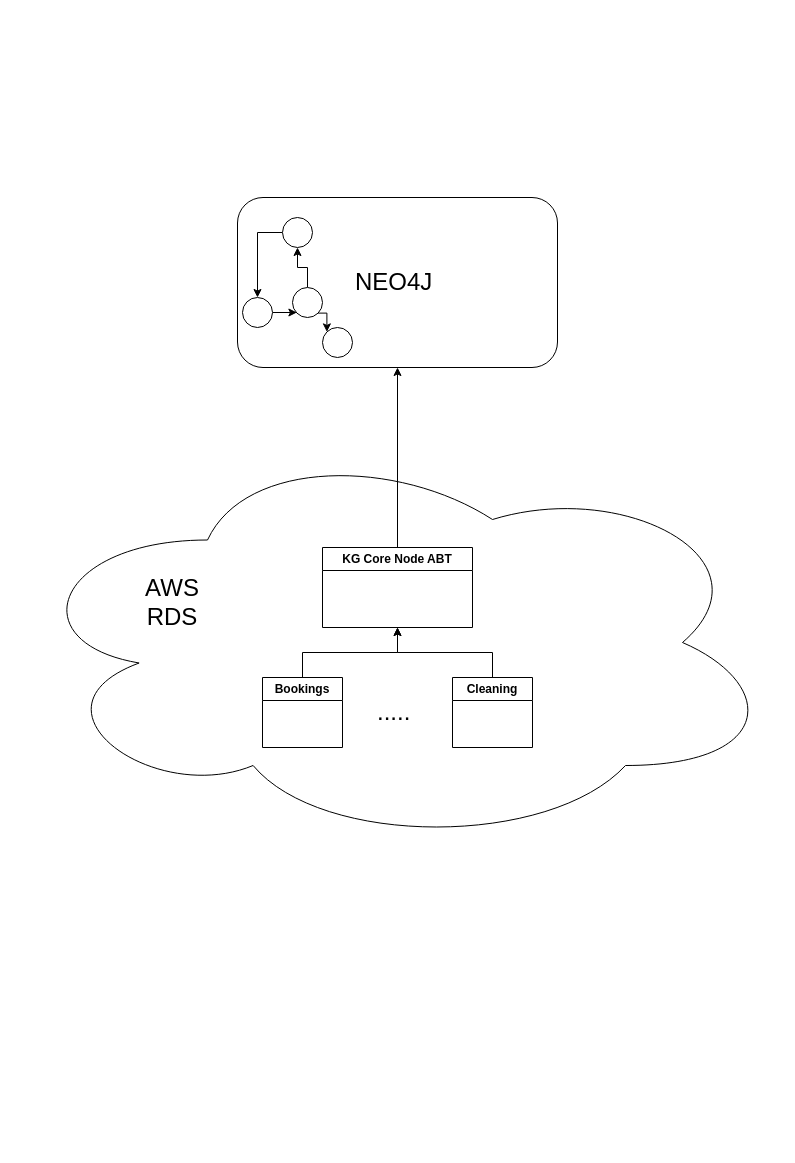
Above: page "Page-2" (2 of 2) of ER_Booking.drawio in dominik-pichler/Review_me_if_you_can (draw.io), before the change. Source tidied: cells renumbered, new cells numbered last; positions are measured from the earlier drawing's top-left corner, leaving out a move shared by most shapes. Both pictures are drawn from the tidied source at 100%, with x=0, y=0 at pixel (17, 197).
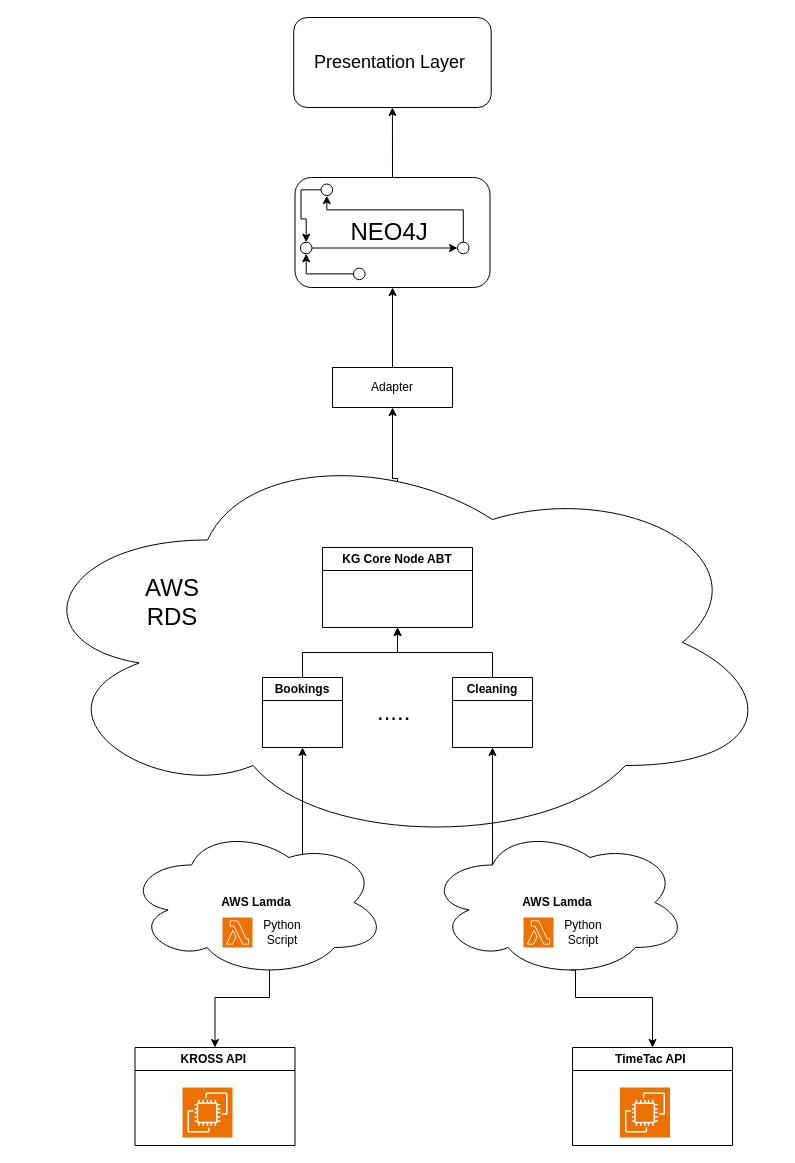
The same page after the edit.

The change refers to these unchanged cells:
```xml
<mxCell id="4" value="KG Core Node ABT" style="swimlane;whiteSpace=wrap;html=1;" parent="1" vertex="1">
  <mxGeometry x="305" y="350" width="150" height="80" as="geometry" />
</mxCell>
<mxCell id="6" value="Bookings" style="swimlane;whiteSpace=wrap;html=1;" parent="1" vertex="1">
  <mxGeometry x="245" y="480" width="80" height="70" as="geometry" />
</mxCell>
```

What changed in the source:
```diff
@@
+    <mxCell id="20" style="edgeStyle=orthogonalEdgeStyle;rounded=0;jettySize=auto;html=1;exitX=0.5;exitY=0;exitDx=0;exitDy=0;entryX=0.5;entryY=1;entryDx=0;entryDy=0;" parent="1" edge="1" source="4" target="22">
+      <mxGeometry relative="1" as="geometry">
+        <Array as="points">
+          <mxPoint x="380" y="281" />
+          <mxPoint x="375" y="281" />
+        </Array>
+      </mxGeometry>
+    </mxCell>
@@
-    <mxCell id="3" style="edgeStyle=orthogonalEdgeStyle;rounded=0;jettySize=auto;html=1;exitX=0.5;exitY=0;exitDx=0;exitDy=0;entryX=0.5;entryY=1;entryDx=0;entryDy=0;" parent="1" edge="1" source="4" target="11">
-      <mxGeometry relative="1" as="geometry" />
-    </mxCell>
@@
+    <mxCell id="21" style="edgeStyle=orthogonalEdgeStyle;rounded=0;jettySize=auto;html=1;exitX=0.5;exitY=0;exitDx=0;exitDy=0;entryX=0.5;entryY=1;entryDx=0;entryDy=0;" parent="1" edge="1" source="22" target="11">
+      <mxGeometry relative="1" as="geometry" />
+    </mxCell>
+    <mxCell id="22" value="Adapter" style="rounded=0;whiteSpace=wrap;html=1;" parent="1" vertex="1">
+      <mxGeometry x="315" y="170" width="120" height="40" as="geometry" />
+    </mxCell>
+    <mxCell id="23" style="group;" parent="1" vertex="1">
+      <mxGeometry x="277.5" y="-20" width="195" height="110" as="geometry" />
+    </mxCell>
-    <mxCell id="11" value="&lt;font style=&quot;font-size: 24px;&quot;&gt;NEO4J&amp;nbsp;&lt;/font&gt;" style="rounded=1;whiteSpace=wrap;html=1;" parent="1" vertex="1">
-      <mxGeometry x="220" width="320" height="170" as="geometry" />
+    <mxCell id="11" value="&lt;font style=&quot;font-size: 24px;&quot;&gt;NEO4J&amp;nbsp;&lt;/font&gt;" style="rounded=1;whiteSpace=wrap;html=1;" parent="23" vertex="1">
+      <mxGeometry width="195" height="110" as="geometry" />
     </mxCell>
-    <mxCell id="12" style="edgeStyle=orthogonalEdgeStyle;rounded=0;jettySize=auto;html=1;exitX=1;exitY=0.5;exitDx=0;exitDy=0;entryX=0;entryY=1;entryDx=0;entryDy=0;" parent="1" edge="1" source="13" target="16">
+    <mxCell id="12" style="edgeStyle=orthogonalEdgeStyle;rounded=0;jettySize=auto;html=1;exitX=1;exitY=0.5;exitDx=0;exitDy=0;entryX=0;entryY=0.5;entryDx=0;entryDy=0;" parent="23" edge="1" source="13" target="16">
       <mxGeometry relative="1" as="geometry" />
     </mxCell>
-    <mxCell id="13" style="ellipse;whiteSpace=wrap;html=1;" parent="1" vertex="1">
-      <mxGeometry x="225" y="100" width="30" height="30" as="geometry" />
+    <mxCell id="13" style="ellipse;whiteSpace=wrap;html=1;" parent="23" vertex="1">
+      <mxGeometry x="5.4" y="64.7" width="11.6" height="11.6" as="geometry" />
     </mxCell>
-    <mxCell id="14" style="edgeStyle=orthogonalEdgeStyle;rounded=0;jettySize=auto;html=1;exitX=0.5;exitY=0;exitDx=0;exitDy=0;entryX=0.5;entryY=1;entryDx=0;entryDy=0;" parent="1" edge="1" source="16" target="19">
-      <mxGeometry relative="1" as="geometry" />
+    <mxCell id="14" style="edgeStyle=orthogonalEdgeStyle;rounded=0;jettySize=auto;html=1;exitX=0.5;exitY=0;exitDx=0;exitDy=0;entryX=0.5;entryY=1;entryDx=0;entryDy=0;" parent="23" edge="1" source="16" target="19">
+      <mxGeometry relative="1" as="geometry">
+        <Array as="points">
+          <mxPoint x="168.5" y="32.4" />
+          <mxPoint x="32" y="32.4" />
+        </Array>
+      </mxGeometry>
     </mxCell>
-    <mxCell id="15" style="edgeStyle=orthogonalEdgeStyle;rounded=0;jettySize=auto;html=1;exitX=1;exitY=1;exitDx=0;exitDy=0;entryX=0;entryY=0;entryDx=0;entryDy=0;" parent="1" edge="1" source="16" target="17">
-      <mxGeometry relative="1" as="geometry" />
-    </mxCell>
-    <mxCell id="16" style="ellipse;whiteSpace=wrap;html=1;" parent="1" vertex="1">
-      <mxGeometry x="275" y="90" width="30" height="30" as="geometry" />
+    <mxCell id="16" style="ellipse;whiteSpace=wrap;html=1;" parent="23" vertex="1">
+      <mxGeometry x="162.5" y="64.7" width="11.6" height="11.6" as="geometry" />
     </mxCell>
+    <mxCell id="24" style="edgeStyle=orthogonalEdgeStyle;rounded=0;jettySize=auto;html=1;exitX=0;exitY=0.5;exitDx=0;exitDy=0;entryX=0.5;entryY=1;entryDx=0;entryDy=0;" parent="23" edge="1" source="17" target="13">
+      <mxGeometry relative="1" as="geometry" />
+    </mxCell>
-    <mxCell id="17" style="ellipse;whiteSpace=wrap;html=1;" parent="1" vertex="1">
-      <mxGeometry x="305" y="130" width="30" height="30" as="geometry" />
+    <mxCell id="17" style="ellipse;whiteSpace=wrap;html=1;" parent="23" vertex="1">
+      <mxGeometry x="58.5" y="90.6" width="11.6" height="11.6" as="geometry" />
     </mxCell>
-    <mxCell id="18" style="edgeStyle=orthogonalEdgeStyle;rounded=0;jettySize=auto;html=1;exitX=0;exitY=0.5;exitDx=0;exitDy=0;entryX=0.5;entryY=0;entryDx=0;entryDy=0;" parent="1" edge="1" source="19" target="13">
+    <mxCell id="18" style="edgeStyle=orthogonalEdgeStyle;rounded=0;jettySize=auto;html=1;exitX=0;exitY=0.5;exitDx=0;exitDy=0;entryX=0.5;entryY=0;entryDx=0;entryDy=0;" parent="23" edge="1" source="19" target="13">
       <mxGeometry relative="1" as="geometry" />
     </mxCell>
-    <mxCell id="19" style="ellipse;whiteSpace=wrap;html=1;" parent="1" vertex="1">
-      <mxGeometry x="265" y="20" width="30" height="30" as="geometry" />
+    <mxCell id="19" style="ellipse;whiteSpace=wrap;html=1;" parent="23" vertex="1">
+      <mxGeometry x="26" y="6.5" width="11.6" height="11.6" as="geometry" />
     </mxCell>
+    <mxCell id="25" value="&lt;font style=&quot;font-size: 18px;&quot;&gt;Presentation Layer&amp;nbsp;&lt;/font&gt;" style="rounded=1;whiteSpace=wrap;html=1;" parent="1" vertex="1">
+      <mxGeometry x="276.2" y="-180" width="197.5" height="90" as="geometry" />
+    </mxCell>
+    <mxCell id="26" style="edgeStyle=orthogonalEdgeStyle;rounded=0;jettySize=auto;html=1;exitX=0.5;exitY=0;exitDx=0;exitDy=0;entryX=0.5;entryY=1;entryDx=0;entryDy=0;" parent="1" edge="1" source="11" target="25">
+      <mxGeometry relative="1" as="geometry" />
+    </mxCell>
+    <mxCell id="27" style="edgeStyle=orthogonalEdgeStyle;rounded=0;jettySize=auto;html=1;exitX=0.55;exitY=0.95;exitDx=0;exitDy=0;exitPerimeter=0;entryX=0.5;entryY=0;entryDx=0;entryDy=0;" parent="1" edge="1" source="32" target="29">
+      <mxGeometry relative="1" as="geometry">
+        <Array as="points">
+          <mxPoint x="252" y="800" />
+          <mxPoint x="197" y="800" />
+        </Array>
+      </mxGeometry>
+    </mxCell>
+    <mxCell id="28" style="edgeStyle=orthogonalEdgeStyle;rounded=0;jettySize=auto;html=1;exitX=0.4;exitY=0.1;exitDx=0;exitDy=0;exitPerimeter=0;entryX=0.5;entryY=1;entryDx=0;entryDy=0;" parent="1" edge="1" source="32" target="6">
+      <mxGeometry relative="1" as="geometry">
+        <Array as="points">
+          <mxPoint x="285" y="745" />
+        </Array>
+      </mxGeometry>
+    </mxCell>
+    <mxCell id="29" value="KROSS API&amp;nbsp;" style="swimlane;whiteSpace=wrap;html=1;" parent="1" vertex="1">
+      <mxGeometry x="117.5" y="850" width="160" height="98" as="geometry" />
+    </mxCell>
+    <mxCell id="30" style="sketch=0;fontColor=#232F3E;fillColor=#ED7100;strokeColor=#ffffff;dashed=0;verticalLabelPosition=bottom;verticalAlign=top;align=center;html=1;fontSize=12;fontStyle=0;shape=mxgraph.aws4.resourceIcon;resIcon=mxgraph.aws4.ec2;" parent="29" vertex="1">
+      <mxGeometry x="47.5" y="40" width="50" height="50" as="geometry" />
+    </mxCell>
+    <mxCell id="31" style="group;" parent="1" vertex="1">
+      <mxGeometry x="109" y="630" width="260" height="150" as="geometry" />
+    </mxCell>
+    <mxCell id="32" value="&lt;b&gt;AWS Lamda&lt;/b&gt;" style="ellipse;shape=cloud;whiteSpace=wrap;html=1;" parent="31" vertex="1">
+      <mxGeometry width="260" height="150" as="geometry" />
+    </mxCell>
+    <mxCell id="33" value="Python Script" style="text;html=1;align=center;verticalAlign=middle;whiteSpace=wrap;rounded=0;" parent="31" vertex="1">
+      <mxGeometry x="126" y="90" width="60" height="30" as="geometry" />
+    </mxCell>
+    <mxCell id="34" style="sketch=0;fontColor=#232F3E;fillColor=#ED7100;strokeColor=#ffffff;dashed=0;verticalLabelPosition=bottom;verticalAlign=top;align=center;html=1;fontSize=12;fontStyle=0;shape=mxgraph.aws4.resourceIcon;resIcon=mxgraph.aws4.lambda;" parent="31" vertex="1">
+      <mxGeometry x="96" y="90" width="30" height="30" as="geometry" />
+    </mxCell>
+    <mxCell id="35" style="group;" parent="1" vertex="1">
+      <mxGeometry x="410" y="630" width="260" height="150" as="geometry" />
+    </mxCell>
+    <mxCell id="36" style="edgeStyle=orthogonalEdgeStyle;rounded=0;jettySize=auto;html=1;exitX=0.25;exitY=0.25;exitDx=0;exitDy=0;exitPerimeter=0;" parent="35" edge="1" source="37">
+      <mxGeometry relative="1" as="geometry">
+        <mxPoint x="65" y="-80" as="targetPoint" />
+      </mxGeometry>
+    </mxCell>
+    <mxCell id="37" value="&lt;b&gt;AWS Lamda&lt;/b&gt;" style="ellipse;shape=cloud;whiteSpace=wrap;html=1;" parent="35" vertex="1">
+      <mxGeometry width="260" height="150" as="geometry" />
+    </mxCell>
+    <mxCell id="38" value="Python Script" style="text;html=1;align=center;verticalAlign=middle;whiteSpace=wrap;rounded=0;" parent="35" vertex="1">
+      <mxGeometry x="126" y="90" width="60" height="30" as="geometry" />
+    </mxCell>
+    <mxCell id="39" style="sketch=0;fontColor=#232F3E;fillColor=#ED7100;strokeColor=#ffffff;dashed=0;verticalLabelPosition=bottom;verticalAlign=top;align=center;html=1;fontSize=12;fontStyle=0;shape=mxgraph.aws4.resourceIcon;resIcon=mxgraph.aws4.lambda;" parent="35" vertex="1">
+      <mxGeometry x="96" y="90" width="30" height="30" as="geometry" />
+    </mxCell>
+    <mxCell id="40" value="TimeTac API&amp;nbsp;" style="swimlane;whiteSpace=wrap;html=1;" parent="1" vertex="1">
+      <mxGeometry x="555" y="850" width="160" height="98" as="geometry" />
+    </mxCell>
+    <mxCell id="41" style="sketch=0;fontColor=#232F3E;fillColor=#ED7100;strokeColor=#ffffff;dashed=0;verticalLabelPosition=bottom;verticalAlign=top;align=center;html=1;fontSize=12;fontStyle=0;shape=mxgraph.aws4.resourceIcon;resIcon=mxgraph.aws4.ec2;" parent="40" vertex="1">
+      <mxGeometry x="47.5" y="40" width="50" height="50" as="geometry" />
+    </mxCell>
+    <mxCell id="42" style="edgeStyle=orthogonalEdgeStyle;rounded=0;jettySize=auto;html=1;exitX=0.55;exitY=0.95;exitDx=0;exitDy=0;entryX=0.5;entryY=0;entryDx=0;entryDy=0;exitPerimeter=0;" parent="1" edge="1" source="37" target="40">
+      <mxGeometry relative="1" as="geometry">
+        <Array as="points">
+          <mxPoint x="558" y="800" />
+          <mxPoint x="635" y="800" />
+        </Array>
+      </mxGeometry>
+    </mxCell>
```
